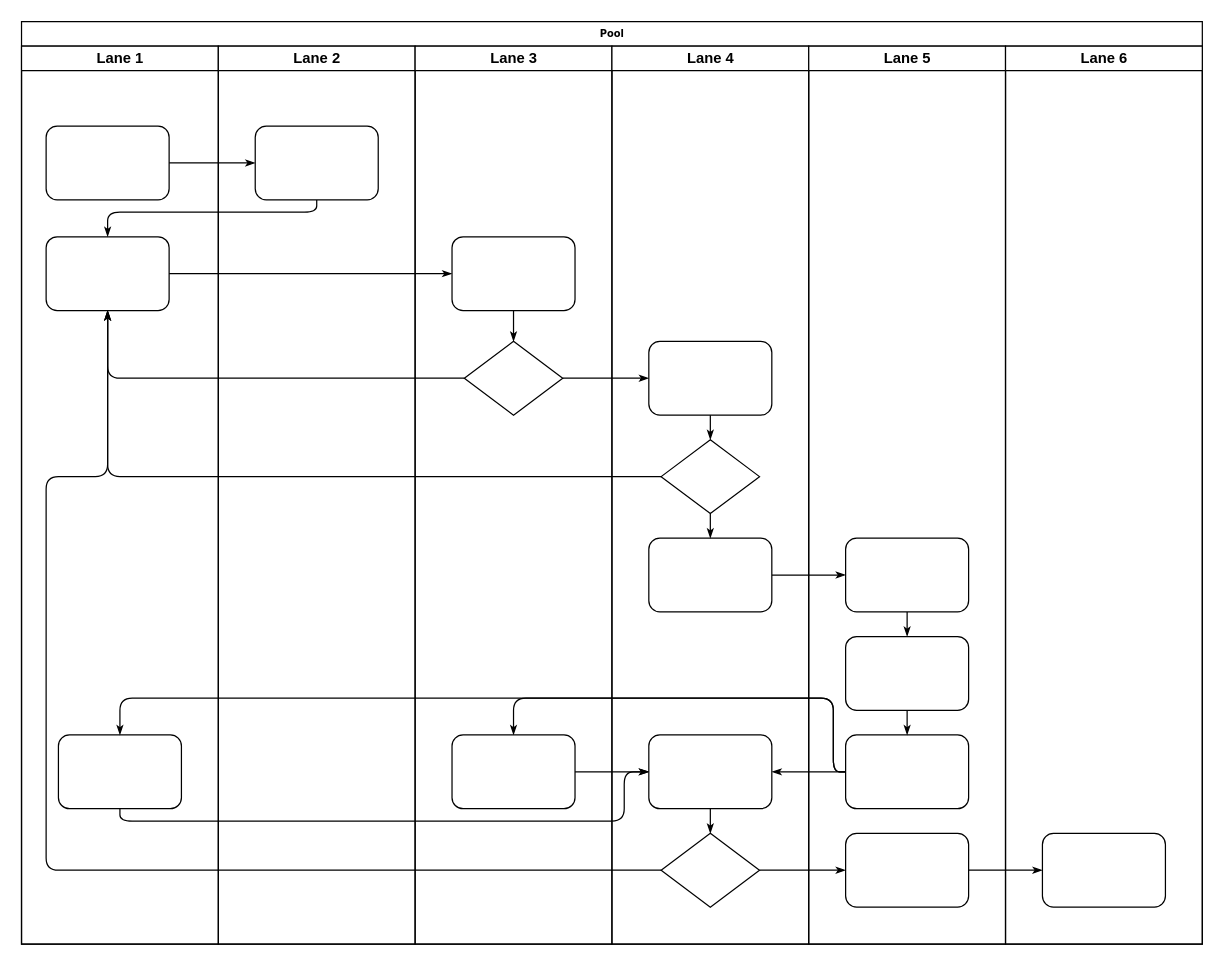
rarest/FlowChart keeps this draw.io diagram as 识曲.drawio. Above is the earlier version. Source tidied: cells renumbered, new cells numbered last; positions are measured from the earlier drawing's top-left corner, leaving out a move shared by most shapes. Both pictures are drawn from the tidied source at 123%, with x=0, y=0 at pixel (21, 21).
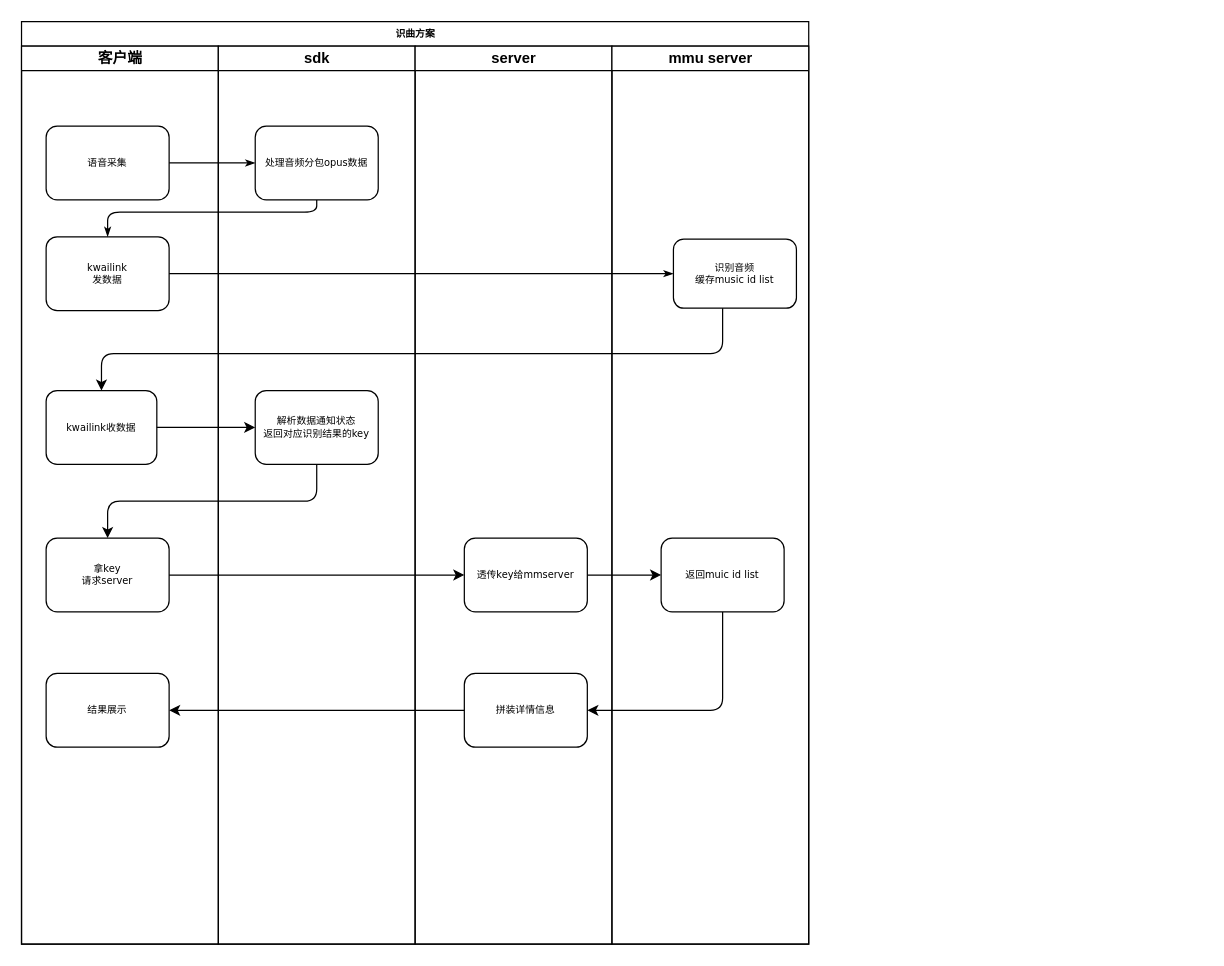
The same page after the edit.

What changed in the source:
```diff
@@
-    <mxCell id="2" value="Pool" style="swimlane;html=1;startSize=20;rounded=0;shadow=0;labelBackgroundColor=none;strokeWidth=1;fontFamily=Verdana;fontSize=8;align=center;" parent="1" vertex="1">
-      <mxGeometry width="960" height="750" as="geometry" />
+    <mxCell id="2" value="识曲方案" style="swimlane;html=1;startSize=20;rounded=0;shadow=0;labelBackgroundColor=none;strokeWidth=1;fontFamily=Verdana;fontSize=8;align=center;" parent="1" vertex="1">
+      <mxGeometry width="640" height="750" as="geometry" />
     </mxCell>
-    <mxCell id="3" value="Lane 1" style="swimlane;html=1;startSize=20;" parent="2" vertex="1">
+    <mxCell id="3" value="客户端" style="swimlane;html=1;startSize=20;" parent="2" vertex="1">
       <mxGeometry y="20" width="160" height="730" as="geometry" />
     </mxCell>
-    <mxCell id="4" style="rounded=1;whiteSpace=wrap;html=1;shadow=0;labelBackgroundColor=none;strokeWidth=1;fontFamily=Verdana;fontSize=8;align=center;" parent="3" vertex="1">
+    <mxCell id="4" value="语音采集" style="rounded=1;whiteSpace=wrap;html=1;shadow=0;labelBackgroundColor=none;strokeWidth=1;fontFamily=Verdana;fontSize=8;align=center;" parent="3" vertex="1">
       <mxGeometry x="20" y="65" width="100" height="60" as="geometry" />
     </mxCell>
-    <mxCell id="5" style="rounded=1;whiteSpace=wrap;html=1;shadow=0;labelBackgroundColor=none;strokeWidth=1;fontFamily=Verdana;fontSize=8;align=center;" parent="3" vertex="1">
+    <mxCell id="5" value="kwailink&lt;br&gt;发数据" style="rounded=1;whiteSpace=wrap;html=1;shadow=0;labelBackgroundColor=none;strokeWidth=1;fontFamily=Verdana;fontSize=8;align=center;" parent="3" vertex="1">
       <mxGeometry x="20" y="155" width="100" height="60" as="geometry" />
     </mxCell>
+    <mxCell id="47" value="kwailink收数据" style="rounded=1;whiteSpace=wrap;html=1;shadow=0;labelBackgroundColor=none;strokeWidth=1;fontFamily=Verdana;fontSize=8;align=center;" parent="3" vertex="1">
+      <mxGeometry x="20" y="280" width="90" height="60" as="geometry" />
+    </mxCell>
-    <mxCell id="6" style="rounded=1;whiteSpace=wrap;html=1;shadow=0;labelBackgroundColor=none;strokeWidth=1;fontFamily=Verdana;fontSize=8;align=center;" parent="3" vertex="1">
-      <mxGeometry x="30" y="560" width="100" height="60" as="geometry" />
+    <mxCell id="6" value="拿key&lt;br&gt;请求server" style="rounded=1;whiteSpace=wrap;html=1;shadow=0;labelBackgroundColor=none;strokeWidth=1;fontFamily=Verdana;fontSize=8;align=center;" parent="3" vertex="1">
+      <mxGeometry x="20" y="400" width="100" height="60" as="geometry" />
     </mxCell>
+    <mxCell id="48" value="结果展示&lt;br&gt;" style="rounded=1;whiteSpace=wrap;html=1;shadow=0;labelBackgroundColor=none;strokeWidth=1;fontFamily=Verdana;fontSize=8;align=center;" parent="3" vertex="1">
+      <mxGeometry x="20" y="510" width="100" height="60" as="geometry" />
+    </mxCell>
@@
     <mxCell id="9" style="edgeStyle=orthogonalEdgeStyle;rounded=1;html=1;labelBackgroundColor=none;startArrow=none;startFill=0;startSize=5;endArrow=classicThin;endFill=1;endSize=5;jettySize=auto;strokeWidth=1;fontFamily=Verdana;fontSize=8;" parent="2" edge="1" source="5" target="25">
-      <mxGeometry relative="1" as="geometry" />
+      <mxGeometry relative="1" as="geometry">
+        <Array as="points">
+          <mxPoint x="390" y="205" />
+          <mxPoint x="390" y="205" />
+        </Array>
+      </mxGeometry>
     </mxCell>
-    <mxCell id="10" style="edgeStyle=orthogonalEdgeStyle;rounded=1;html=1;labelBackgroundColor=none;startArrow=none;startFill=0;startSize=5;endArrow=classicThin;endFill=1;endSize=5;jettySize=auto;strokeWidth=1;fontFamily=Verdana;fontSize=8;" parent="2" edge="1" source="26" target="5">
-      <mxGeometry relative="1" as="geometry" />
-    </mxCell>
-    <mxCell id="11" style="edgeStyle=orthogonalEdgeStyle;rounded=1;html=1;labelBackgroundColor=none;startArrow=none;startFill=0;startSize=5;endArrow=classicThin;endFill=1;endSize=5;jettySize=auto;strokeWidth=1;fontFamily=Verdana;fontSize=8;" parent="2" edge="1" source="31" target="5">
-      <mxGeometry relative="1" as="geometry" />
-    </mxCell>
-    <mxCell id="12" style="edgeStyle=orthogonalEdgeStyle;rounded=1;html=1;labelBackgroundColor=none;startArrow=none;startFill=0;startSize=5;endArrow=classicThin;endFill=1;endSize=5;jettySize=auto;strokeWidth=1;fontFamily=Verdana;fontSize=8;" parent="2" edge="1" source="34" target="5">
-      <mxGeometry relative="1" as="geometry">
-        <Array as="points">
-          <mxPoint x="20" y="690" />
-          <mxPoint x="20" y="370" />
-          <mxPoint x="70" y="370" />
-        </Array>
-      </mxGeometry>
-    </mxCell>
-    <mxCell id="13" style="edgeStyle=orthogonalEdgeStyle;rounded=1;html=1;labelBackgroundColor=none;startArrow=none;startFill=0;startSize=5;endArrow=classicThin;endFill=1;endSize=5;jettySize=auto;strokeWidth=1;fontFamily=Verdana;fontSize=8;" parent="2" edge="1" source="26" target="30">
-      <mxGeometry relative="1" as="geometry" />
-    </mxCell>
-    <mxCell id="14" style="edgeStyle=orthogonalEdgeStyle;rounded=1;html=1;labelBackgroundColor=none;startArrow=none;startFill=0;startSize=5;endArrow=classicThin;endFill=1;endSize=5;jettySize=auto;strokeWidth=1;fontFamily=Verdana;fontSize=8;" parent="2" edge="1" source="34" target="42">
-      <mxGeometry relative="1" as="geometry" />
-    </mxCell>
-    <mxCell id="15" style="edgeStyle=orthogonalEdgeStyle;rounded=1;html=1;labelBackgroundColor=none;startArrow=none;startFill=0;startSize=5;endArrow=classicThin;endFill=1;endSize=5;jettySize=auto;strokeWidth=1;fontFamily=Verdana;fontSize=8;" parent="2" edge="1" source="42" target="46">
-      <mxGeometry relative="1" as="geometry" />
-    </mxCell>
-    <mxCell id="16" style="edgeStyle=orthogonalEdgeStyle;rounded=1;html=1;labelBackgroundColor=none;startArrow=none;startFill=0;startSize=5;endArrow=classicThin;endFill=1;endSize=5;jettySize=auto;strokeWidth=1;fontFamily=Verdana;fontSize=8;" parent="2" edge="1" source="32" target="39">
-      <mxGeometry relative="1" as="geometry" />
-    </mxCell>
-    <mxCell id="17" style="edgeStyle=orthogonalEdgeStyle;rounded=1;html=1;labelBackgroundColor=none;startArrow=none;startFill=0;startSize=5;endArrow=classicThin;endFill=1;endSize=5;jettySize=auto;strokeWidth=1;fontFamily=Verdana;fontSize=8;" parent="2" edge="1" source="41" target="27">
-      <mxGeometry relative="1" as="geometry">
-        <Array as="points">
-          <mxPoint x="660" y="610" />
-          <mxPoint x="660" y="550" />
-          <mxPoint x="400" y="550" />
-        </Array>
-      </mxGeometry>
-    </mxCell>
-    <mxCell id="18" style="edgeStyle=orthogonalEdgeStyle;rounded=1;html=1;labelBackgroundColor=none;startArrow=none;startFill=0;startSize=5;endArrow=classicThin;endFill=1;endSize=5;jettySize=auto;strokeColor=#000000;strokeWidth=1;fontFamily=Verdana;fontSize=8;fontColor=#000000;" parent="2" edge="1" source="41" target="33">
-      <mxGeometry relative="1" as="geometry" />
-    </mxCell>
-    <mxCell id="19" style="edgeStyle=orthogonalEdgeStyle;rounded=1;html=1;labelBackgroundColor=none;startArrow=none;startFill=0;startSize=5;endArrow=classicThin;endFill=1;endSize=5;jettySize=auto;strokeWidth=1;fontFamily=Verdana;fontSize=8;" parent="2" edge="1" source="41" target="6">
-      <mxGeometry relative="1" as="geometry">
-        <Array as="points">
-          <mxPoint x="660" y="610" />
-          <mxPoint x="660" y="550" />
-          <mxPoint x="80" y="550" />
-        </Array>
-      </mxGeometry>
-    </mxCell>
-    <mxCell id="20" style="edgeStyle=orthogonalEdgeStyle;rounded=1;html=1;labelBackgroundColor=none;startArrow=none;startFill=0;startSize=5;endArrow=classicThin;endFill=1;endSize=5;jettySize=auto;strokeWidth=1;fontFamily=Verdana;fontSize=8;" parent="2" edge="1" source="6" target="33">
-      <mxGeometry relative="1" as="geometry">
-        <Array as="points">
-          <mxPoint x="80" y="650" />
-          <mxPoint x="490" y="650" />
-          <mxPoint x="490" y="610" />
-        </Array>
-      </mxGeometry>
-    </mxCell>
-    <mxCell id="21" style="edgeStyle=orthogonalEdgeStyle;rounded=1;html=1;labelBackgroundColor=none;startArrow=none;startFill=0;startSize=5;endArrow=classicThin;endFill=1;endSize=5;jettySize=auto;strokeWidth=1;fontFamily=Verdana;fontSize=8;" parent="2" edge="1" source="27" target="33">
-      <mxGeometry relative="1" as="geometry" />
-    </mxCell>
-    <mxCell id="22" value="Lane 2" style="swimlane;html=1;startSize=20;" parent="2" vertex="1">
+    <mxCell id="22" value="sdk" style="swimlane;html=1;startSize=20;" parent="2" vertex="1">
       <mxGeometry x="160" y="20" width="160" height="730" as="geometry" />
     </mxCell>
-    <mxCell id="23" style="rounded=1;whiteSpace=wrap;html=1;shadow=0;labelBackgroundColor=none;strokeWidth=1;fontFamily=Verdana;fontSize=8;align=center;" parent="22" vertex="1">
+    <mxCell id="23" value="处理音频分包opus数据" style="rounded=1;whiteSpace=wrap;html=1;shadow=0;labelBackgroundColor=none;strokeWidth=1;fontFamily=Verdana;fontSize=8;align=center;" parent="22" vertex="1">
       <mxGeometry x="30" y="65" width="100" height="60" as="geometry" />
     </mxCell>
+    <mxCell id="49" value="解析数据通知状态&lt;br&gt;返回对应识别结果的key" style="rounded=1;whiteSpace=wrap;html=1;shadow=0;labelBackgroundColor=none;strokeWidth=1;fontFamily=Verdana;fontSize=8;align=center;" parent="22" vertex="1">
+      <mxGeometry x="30" y="280" width="100" height="60" as="geometry" />
+    </mxCell>
-    <mxCell id="24" value="Lane 3" style="swimlane;html=1;startSize=20;" parent="2" vertex="1">
+    <mxCell id="24" value="server" style="swimlane;html=1;startSize=20;" parent="2" vertex="1">
       <mxGeometry x="320" y="20" width="160" height="730" as="geometry" />
     </mxCell>
+    <mxCell id="50" value="透传key给mmserver" style="rounded=1;whiteSpace=wrap;html=1;shadow=0;labelBackgroundColor=none;strokeWidth=1;fontFamily=Verdana;fontSize=8;align=center;" parent="24" vertex="1">
+      <mxGeometry x="40" y="400" width="100" height="60" as="geometry" />
+    </mxCell>
+    <mxCell id="51" value="拼装详情信息" style="rounded=1;whiteSpace=wrap;html=1;shadow=0;labelBackgroundColor=none;strokeWidth=1;fontFamily=Verdana;fontSize=8;align=center;" parent="24" vertex="1">
+      <mxGeometry x="40" y="510" width="100" height="60" as="geometry" />
+    </mxCell>
+    <mxCell id="29" value="mmu server" style="swimlane;html=1;startSize=20;" parent="2" vertex="1">
+      <mxGeometry x="480" y="20" width="160" height="730" as="geometry" />
+    </mxCell>
+    <mxCell id="52" value="返回muic id list" style="rounded=1;whiteSpace=wrap;html=1;shadow=0;labelBackgroundColor=none;strokeWidth=1;fontFamily=Verdana;fontSize=8;align=center;" parent="29" vertex="1">
+      <mxGeometry x="40" y="400" width="100" height="60" as="geometry" />
+    </mxCell>
-    <mxCell id="25" style="rounded=1;whiteSpace=wrap;html=1;shadow=0;labelBackgroundColor=none;strokeWidth=1;fontFamily=Verdana;fontSize=8;align=center;" parent="24" vertex="1">
-      <mxGeometry x="30" y="155" width="100" height="60" as="geometry" />
+    <mxCell id="25" value="识别音频&lt;br&gt;缓存music id list" style="rounded=1;whiteSpace=wrap;html=1;shadow=0;labelBackgroundColor=none;strokeWidth=1;fontFamily=Verdana;fontSize=8;align=center;" parent="29" vertex="1">
+      <mxGeometry x="50" y="156.9" width="100" height="56.2" as="geometry" />
     </mxCell>
-    <mxCell id="26" style="rhombus;whiteSpace=wrap;html=1;rounded=0;shadow=0;labelBackgroundColor=none;strokeWidth=1;fontFamily=Verdana;fontSize=8;align=center;" parent="24" vertex="1">
-      <mxGeometry x="40" y="240" width="80" height="60" as="geometry" />
-    </mxCell>
-    <mxCell id="27" style="rounded=1;whiteSpace=wrap;html=1;shadow=0;labelBackgroundColor=none;strokeWidth=1;fontFamily=Verdana;fontSize=8;align=center;" parent="24" vertex="1">
-      <mxGeometry x="30" y="560" width="100" height="60" as="geometry" />
-    </mxCell>
-    <mxCell id="28" style="edgeStyle=orthogonalEdgeStyle;rounded=1;html=1;labelBackgroundColor=none;startArrow=none;startFill=0;startSize=5;endArrow=classicThin;endFill=1;endSize=5;jettySize=auto;strokeWidth=1;fontFamily=Verdana;fontSize=8;" parent="24" edge="1" source="25" target="26">
-      <mxGeometry relative="1" as="geometry" />
-    </mxCell>
-    <mxCell id="29" value="Lane 4" style="swimlane;html=1;startSize=20;" parent="2" vertex="1">
-      <mxGeometry x="480" y="20" width="160" height="730" as="geometry" />
-    </mxCell>
-    <mxCell id="30" style="rounded=1;whiteSpace=wrap;html=1;shadow=0;labelBackgroundColor=none;strokeWidth=1;fontFamily=Verdana;fontSize=8;align=center;" parent="29" vertex="1">
-      <mxGeometry x="30" y="240" width="100" height="60" as="geometry" />
-    </mxCell>
-    <mxCell id="31" style="rhombus;whiteSpace=wrap;html=1;rounded=0;shadow=0;labelBackgroundColor=none;strokeWidth=1;fontFamily=Verdana;fontSize=8;align=center;" parent="29" vertex="1">
-      <mxGeometry x="40" y="320" width="80" height="60" as="geometry" />
-    </mxCell>
-    <mxCell id="32" style="rounded=1;whiteSpace=wrap;html=1;shadow=0;labelBackgroundColor=none;strokeWidth=1;fontFamily=Verdana;fontSize=8;align=center;" parent="29" vertex="1">
-      <mxGeometry x="30" y="400" width="100" height="60" as="geometry" />
-    </mxCell>
-    <mxCell id="33" style="rounded=1;whiteSpace=wrap;html=1;shadow=0;labelBackgroundColor=none;strokeWidth=1;fontFamily=Verdana;fontSize=8;align=center;" parent="29" vertex="1">
-      <mxGeometry x="30" y="560" width="100" height="60" as="geometry" />
-    </mxCell>
-    <mxCell id="34" style="rhombus;whiteSpace=wrap;html=1;rounded=0;shadow=0;labelBackgroundColor=none;strokeWidth=1;fontFamily=Verdana;fontSize=8;align=center;" parent="29" vertex="1">
-      <mxGeometry x="40" y="640" width="80" height="60" as="geometry" />
-    </mxCell>
-    <mxCell id="35" style="edgeStyle=orthogonalEdgeStyle;rounded=1;html=1;labelBackgroundColor=none;startArrow=none;startFill=0;startSize=5;endArrow=classicThin;endFill=1;endSize=5;jettySize=auto;strokeColor=#000000;strokeWidth=1;fontFamily=Verdana;fontSize=8;fontColor=#000000;" parent="29" edge="1" source="30" target="31">
-      <mxGeometry relative="1" as="geometry" />
-    </mxCell>
-    <mxCell id="36" style="edgeStyle=orthogonalEdgeStyle;rounded=1;html=1;labelBackgroundColor=none;startArrow=none;startFill=0;startSize=5;endArrow=classicThin;endFill=1;endSize=5;jettySize=auto;strokeWidth=1;fontFamily=Verdana;fontSize=8;" parent="29" edge="1" source="31" target="32">
-      <mxGeometry relative="1" as="geometry" />
-    </mxCell>
-    <mxCell id="37" style="edgeStyle=orthogonalEdgeStyle;rounded=1;html=1;labelBackgroundColor=none;startArrow=none;startFill=0;startSize=5;endArrow=classicThin;endFill=1;endSize=5;jettySize=auto;strokeWidth=1;fontFamily=Verdana;fontSize=8;" parent="29" edge="1" source="33" target="34">
-      <mxGeometry relative="1" as="geometry" />
-    </mxCell>
-    <mxCell id="38" value="Lane 5" style="swimlane;html=1;startSize=20;" parent="2" vertex="1">
-      <mxGeometry x="640" y="20" width="160" height="730" as="geometry" />
-    </mxCell>
-    <mxCell id="39" style="rounded=1;whiteSpace=wrap;html=1;shadow=0;labelBackgroundColor=none;strokeWidth=1;fontFamily=Verdana;fontSize=8;align=center;" parent="38" vertex="1">
-      <mxGeometry x="30" y="400" width="100" height="60" as="geometry" />
-    </mxCell>
-    <mxCell id="40" style="rounded=1;whiteSpace=wrap;html=1;shadow=0;labelBackgroundColor=none;strokeWidth=1;fontFamily=Verdana;fontSize=8;align=center;" parent="38" vertex="1">
-      <mxGeometry x="30" y="480" width="100" height="60" as="geometry" />
-    </mxCell>
-    <mxCell id="41" style="rounded=1;whiteSpace=wrap;html=1;shadow=0;labelBackgroundColor=none;strokeWidth=1;fontFamily=Verdana;fontSize=8;align=center;" parent="38" vertex="1">
-      <mxGeometry x="30" y="560" width="100" height="60" as="geometry" />
-    </mxCell>
-    <mxCell id="42" style="rounded=1;whiteSpace=wrap;html=1;shadow=0;labelBackgroundColor=none;strokeWidth=1;fontFamily=Verdana;fontSize=8;align=center;" parent="38" vertex="1">
-      <mxGeometry x="30" y="640" width="100" height="60" as="geometry" />
-    </mxCell>
-    <mxCell id="43" style="edgeStyle=orthogonalEdgeStyle;rounded=1;html=1;labelBackgroundColor=none;startArrow=none;startFill=0;startSize=5;endArrow=classicThin;endFill=1;endSize=5;jettySize=auto;strokeWidth=1;fontFamily=Verdana;fontSize=8;" parent="38" edge="1" source="39" target="40">
-      <mxGeometry relative="1" as="geometry" />
-    </mxCell>
-    <mxCell id="44" style="edgeStyle=orthogonalEdgeStyle;rounded=1;html=1;labelBackgroundColor=none;startArrow=none;startFill=0;startSize=5;endArrow=classicThin;endFill=1;endSize=5;jettySize=auto;strokeWidth=1;fontFamily=Verdana;fontSize=8;" parent="38" edge="1" source="40" target="41">
-      <mxGeometry relative="1" as="geometry" />
-    </mxCell>
-    <mxCell id="45" value="Lane 6" style="swimlane;html=1;startSize=20;" parent="2" vertex="1">
-      <mxGeometry x="800" y="20" width="160" height="730" as="geometry" />
-    </mxCell>
-    <mxCell id="46" style="rounded=1;whiteSpace=wrap;html=1;shadow=0;labelBackgroundColor=none;strokeWidth=1;fontFamily=Verdana;fontSize=8;align=center;" parent="45" vertex="1">
-      <mxGeometry x="30" y="640" width="100" height="60" as="geometry" />
-    </mxCell>
+    <mxCell id="53" style="edgeStyle=orthogonalEdgeStyle;rounded=1;jettySize=auto;html=1;entryX=0;entryY=0.5;entryDx=0;entryDy=0;" parent="2" edge="1" source="47" target="49">
+      <mxGeometry relative="1" as="geometry" />
+    </mxCell>
+    <mxCell id="54" style="edgeStyle=orthogonalEdgeStyle;rounded=1;jettySize=auto;html=1;entryX=0.5;entryY=0;entryDx=0;entryDy=0;" parent="2" edge="1" source="25" target="47">
+      <mxGeometry relative="1" as="geometry">
+        <Array as="points">
+          <mxPoint x="570" y="270" />
+          <mxPoint x="65" y="270" />
+        </Array>
+      </mxGeometry>
+    </mxCell>
+    <mxCell id="55" style="edgeStyle=orthogonalEdgeStyle;rounded=1;jettySize=auto;html=1;entryX=0.5;entryY=0;entryDx=0;entryDy=0;" parent="2" edge="1" source="49" target="6">
+      <mxGeometry relative="1" as="geometry">
+        <Array as="points">
+          <mxPoint x="240" y="390" />
+          <mxPoint x="70" y="390" />
+        </Array>
+      </mxGeometry>
+    </mxCell>
+    <mxCell id="56" style="edgeStyle=orthogonalEdgeStyle;rounded=1;jettySize=auto;html=1;entryX=0;entryY=0.5;entryDx=0;entryDy=0;" parent="2" edge="1" source="6" target="50">
+      <mxGeometry relative="1" as="geometry" />
+    </mxCell>
+    <mxCell id="57" style="edgeStyle=orthogonalEdgeStyle;rounded=1;jettySize=auto;html=1;" parent="2" edge="1" source="50" target="52">
+      <mxGeometry relative="1" as="geometry" />
+    </mxCell>
+    <mxCell id="58" style="edgeStyle=orthogonalEdgeStyle;rounded=1;jettySize=auto;html=1;" parent="2" edge="1" source="52" target="51">
+      <mxGeometry relative="1" as="geometry">
+        <Array as="points">
+          <mxPoint x="570" y="560" />
+        </Array>
+      </mxGeometry>
+    </mxCell>
+    <mxCell id="59" style="edgeStyle=orthogonalEdgeStyle;rounded=1;jettySize=auto;html=1;entryX=1;entryY=0.5;entryDx=0;entryDy=0;" parent="2" edge="1" source="51" target="48">
+      <mxGeometry relative="1" as="geometry" />
+    </mxCell>
```
